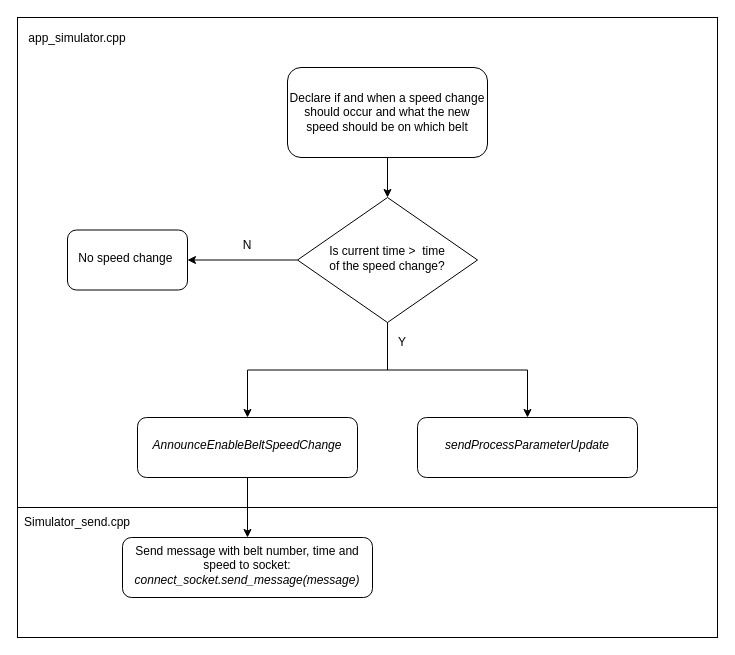
This is DiagnosticsSimFlow.drawio from evelinedrijver/Thesis, a draw.io file, before an edit. Source tidied: cells renumbered, new cells numbered last; positions are measured from the earlier drawing's top-left corner, leaving out a move shared by most shapes. Both pictures are drawn from the tidied source at 100%, with x=0, y=0 at pixel (17, 17).
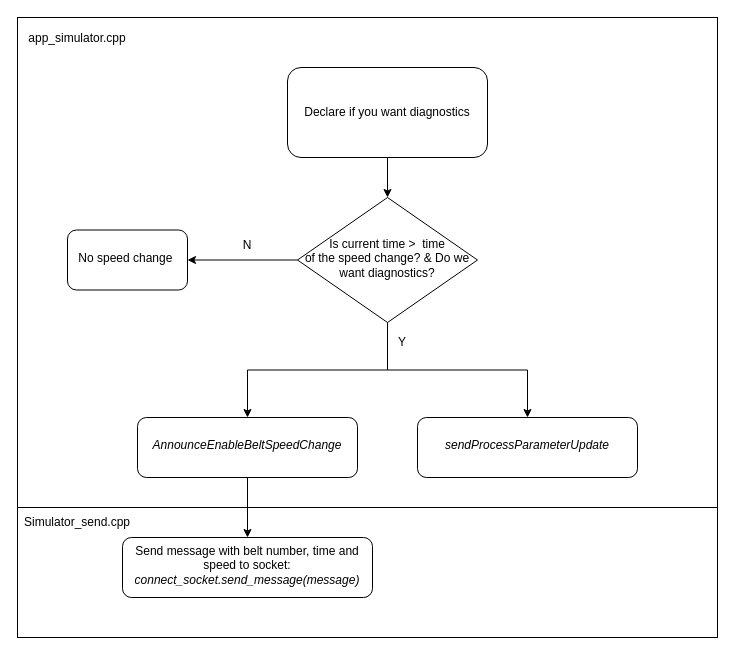
The same diagram, later.

The edit, as a diff of the source:
```diff
@@
 <mxGraphModel>
   <root>
     <mxCell id="0" />
     <mxCell id="1" parent="0" />
     <mxCell id="2" style="whiteSpace=wrap;html=1;fillColor=none;" parent="1" vertex="1">
       <mxGeometry width="700" height="490" as="geometry" />
     </mxCell>
     <mxCell id="3" style="edgeStyle=orthogonalEdgeStyle;rounded=0;jettySize=auto;html=1;" parent="1" edge="1" source="4" target="8">
       <mxGeometry relative="1" as="geometry" />
     </mxCell>
-    <mxCell id="4" value="Declare if and when a speed change should occur and what the new speed should be on which belt" style="rounded=1;whiteSpace=wrap;html=1;fontSize=12;glass=0;strokeWidth=1;shadow=0;" parent="1" vertex="1">
+    <mxCell id="4" value="Declare if you want diagnostics" style="rounded=1;whiteSpace=wrap;html=1;fontSize=12;glass=0;strokeWidth=1;shadow=0;" parent="1" vertex="1">
       <mxGeometry x="270" y="50" width="200" height="90" as="geometry" />
     </mxCell>
     <mxCell id="5" style="edgeStyle=orthogonalEdgeStyle;rounded=0;jettySize=auto;html=1;" parent="1" edge="1" source="8" target="9">
       <mxGeometry relative="1" as="geometry" />
     </mxCell>
     <mxCell id="6" style="edgeStyle=orthogonalEdgeStyle;rounded=0;jettySize=auto;html=1;" parent="1" edge="1" source="8" target="11">
       <mxGeometry relative="1" as="geometry" />
     </mxCell>
     <mxCell id="7" style="edgeStyle=orthogonalEdgeStyle;rounded=0;jettySize=auto;html=1;" parent="1" edge="1" source="8" target="12">
       <mxGeometry relative="1" as="geometry" />
     </mxCell>
-    <mxCell id="8" value="Is current time &amp;gt;&amp;nbsp; time &lt;br&gt;of the speed change?" style="rhombus;whiteSpace=wrap;html=1;shadow=0;fontFamily=Helvetica;fontSize=12;align=center;strokeWidth=1;spacing=6;spacingTop=-4;" parent="1" vertex="1">
+    <mxCell id="8" value="Is current time &amp;gt;&amp;nbsp; time &lt;br&gt;of the speed change? &amp;amp; Do we want diagnostics?" style="rhombus;whiteSpace=wrap;html=1;shadow=0;fontFamily=Helvetica;fontSize=12;align=center;strokeWidth=1;spacing=6;spacingTop=-4;" parent="1" vertex="1">
       <mxGeometry x="280" y="180" width="180" height="125" as="geometry" />
     </mxCell>
     <mxCell id="9" value="No speed change&amp;nbsp;" style="rounded=1;whiteSpace=wrap;html=1;shadow=0;strokeWidth=1;spacing=6;spacingTop=-4;" parent="1" vertex="1">
       <mxGeometry x="50" y="212.5" width="120" height="60" as="geometry" />
     </mxCell>
     <mxCell id="10" style="edgeStyle=orthogonalEdgeStyle;rounded=0;jettySize=auto;html=1;" parent="1" edge="1" source="11" target="13">
       <mxGeometry relative="1" as="geometry" />
     </mxCell>
     <mxCell id="11" value="&lt;i&gt;AnnounceEnableBeltSpeedChange&lt;/i&gt;" style="rounded=1;whiteSpace=wrap;html=1;shadow=0;strokeWidth=1;spacing=6;spacingTop=-4;" parent="1" vertex="1">
       <mxGeometry x="120" y="400" width="220" height="60" as="geometry" />
     </mxCell>
     <mxCell id="12" value="&lt;i&gt;sendProcessParameterUpdate&lt;/i&gt;" style="rounded=1;whiteSpace=wrap;html=1;shadow=0;strokeWidth=1;spacing=6;spacingTop=-4;" parent="1" vertex="1">
       <mxGeometry x="400" y="400" width="220" height="60" as="geometry" />
     </mxCell>
     <mxCell id="13" value="Send message with belt number, time and speed to socket:&lt;br&gt;&lt;i&gt;connect_socket.send_message(message)&lt;/i&gt;" style="rounded=1;whiteSpace=wrap;html=1;shadow=0;strokeWidth=1;spacing=6;spacingTop=-4;" parent="1" vertex="1">
       <mxGeometry x="105" y="520" width="250" height="60" as="geometry" />
     </mxCell>
     <mxCell id="14" value="app_simulator.cpp" style="text;html=1;strokeColor=none;fillColor=none;align=center;verticalAlign=middle;whiteSpace=wrap;rounded=0;" parent="1" vertex="1">
       <mxGeometry x="30" y="6" width="60" height="30" as="geometry" />
     </mxCell>
     <mxCell id="15" style="whiteSpace=wrap;html=1;fillColor=none;" parent="1" vertex="1">
       <mxGeometry y="490" width="700" height="130" as="geometry" />
     </mxCell>
     <mxCell id="16" value="Simulator_send.cpp" style="text;html=1;strokeColor=none;fillColor=none;align=center;verticalAlign=middle;whiteSpace=wrap;rounded=0;" parent="1" vertex="1">
       <mxGeometry x="30" y="490" width="60" height="30" as="geometry" />
     </mxCell>
     <mxCell id="17" value="Y" style="text;html=1;strokeColor=none;fillColor=none;align=center;verticalAlign=middle;whiteSpace=wrap;rounded=0;" parent="1" vertex="1">
       <mxGeometry x="355" y="310" width="60" height="30" as="geometry" />
     </mxCell>
     <mxCell id="18" value="N" style="text;html=1;strokeColor=none;fillColor=none;align=center;verticalAlign=middle;whiteSpace=wrap;rounded=0;" parent="1" vertex="1">
       <mxGeometry x="200" y="212.5" width="60" height="30" as="geometry" />
     </mxCell>
   </root>
 </mxGraphModel>
```
